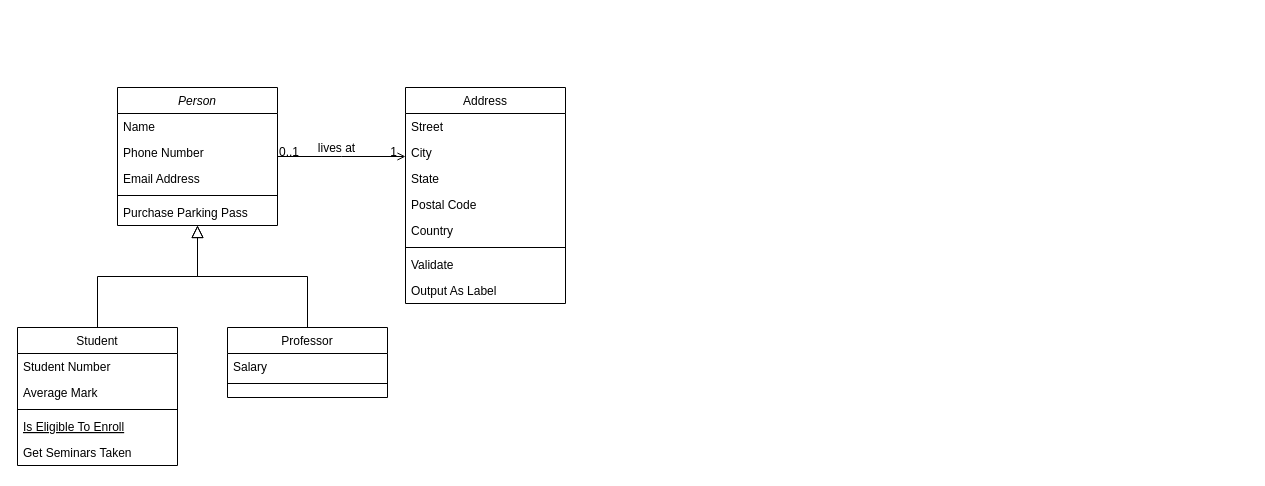
Before: Diagrammes/Diagramme classe Maxence.drawio in Igniiis/projet_splendor, a draw.io diagram. Source tidied: cells renumbered, new cells numbered last; positions are measured from the earlier drawing's top-left corner, leaving out a move shared by most shapes. Both pictures are drawn from the tidied source at 100%, with x=0, y=0 at pixel (17, 87).
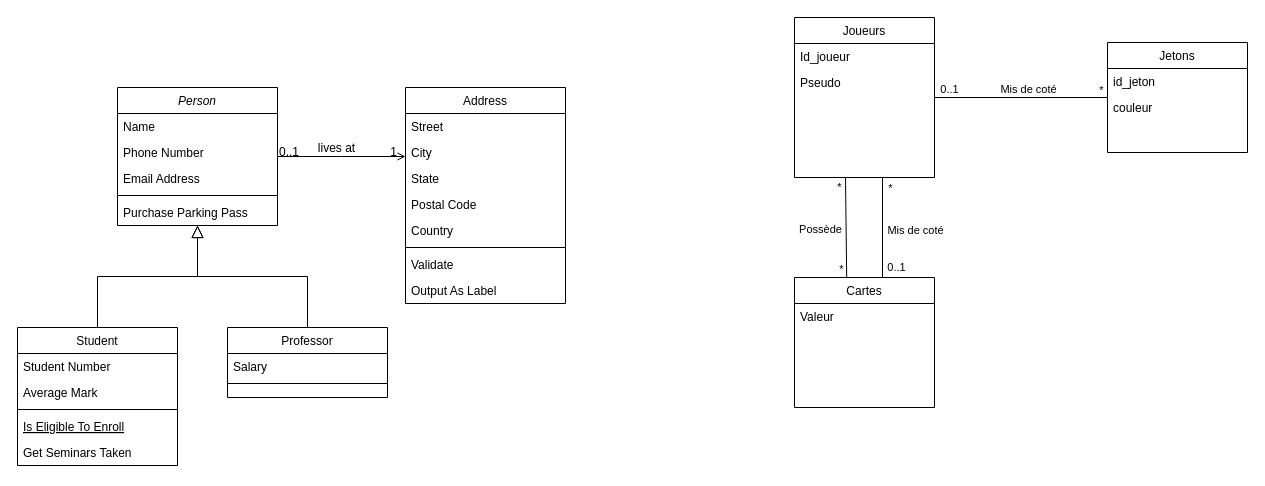
The same page after the edit.

Commit message (it also covers changes not shown here):
Mettre à jour Diagramme classe Maxence.drawio

Change to the diagram source:
```diff
@@
+    <mxCell id="32" value="Joueurs" style="swimlane;fontStyle=0;align=center;verticalAlign=top;horizontal=1;startSize=26;rounded=0;shadow=0;strokeWidth=1;" parent="1" vertex="1">
+      <mxGeometry x="777" y="-70" width="140" height="160" as="geometry" />
+    </mxCell>
+    <mxCell id="33" value="Id_joueur" style="text;align=left;verticalAlign=top;spacingLeft=4;spacingRight=4;overflow=hidden;" parent="32" vertex="1">
+      <mxGeometry y="26" width="140" height="26" as="geometry" />
+    </mxCell>
+    <mxCell id="34" value="Pseudo" style="text;align=left;verticalAlign=top;spacingLeft=4;spacingRight=4;overflow=hidden;" parent="32" vertex="1">
+      <mxGeometry y="52" width="140" height="26" as="geometry" />
+    </mxCell>
+    <mxCell id="35" value="Cartes" style="swimlane;fontStyle=0;align=center;verticalAlign=top;horizontal=1;startSize=26;rounded=0;shadow=0;strokeWidth=1;" parent="1" vertex="1">
+      <mxGeometry x="777" y="190" width="140" height="130" as="geometry" />
+    </mxCell>
+    <mxCell id="36" value="Valeur" style="text;align=left;verticalAlign=top;spacingLeft=4;spacingRight=4;overflow=hidden;" parent="35" vertex="1">
+      <mxGeometry y="26" width="140" height="26" as="geometry" />
+    </mxCell>
+    <mxCell id="37" style="endArrow=none;html=1;rounded=0;" parent="1" edge="1">
+      <mxGeometry relative="1" as="geometry">
+        <mxPoint x="829.2" y="190" as="sourcePoint" />
+        <mxPoint x="828" y="90" as="targetPoint" />
+      </mxGeometry>
+    </mxCell>
+    <mxCell id="38" value="Possède" style="edgeLabel;html=1;align=center;verticalAlign=middle;" parent="37" vertex="1">
+      <mxGeometry x="0.11" y="2" relative="1" as="geometry">
+        <mxPoint x="-24" y="7" as="offset" />
+      </mxGeometry>
+    </mxCell>
+    <mxCell id="39" value="*" style="edgeLabel;html=1;align=center;verticalAlign=middle;" parent="37" vertex="1">
+      <mxGeometry x="0.89" y="1" relative="1" as="geometry">
+        <mxPoint x="-6" y="4" as="offset" />
+      </mxGeometry>
+    </mxCell>
+    <mxCell id="40" value="*" style="edgeLabel;html=1;align=center;verticalAlign=middle;" parent="37" vertex="1">
+      <mxGeometry x="-0.81" y="-3" relative="1" as="geometry">
+        <mxPoint x="-9" y="2" as="offset" />
+      </mxGeometry>
+    </mxCell>
+    <mxCell id="41" style="endArrow=none;html=1;rounded=0;" parent="1" edge="1">
+      <mxGeometry relative="1" as="geometry">
+        <mxPoint x="865" y="190" as="sourcePoint" />
+        <mxPoint x="865" y="90" as="targetPoint" />
+      </mxGeometry>
+    </mxCell>
+    <mxCell id="42" value="Mis de coté" style="edgeLabel;html=1;align=center;verticalAlign=middle;" parent="41" vertex="1">
+      <mxGeometry x="0.11" y="2" relative="1" as="geometry">
+        <mxPoint x="34" y="8" as="offset" />
+      </mxGeometry>
+    </mxCell>
+    <mxCell id="43" value="0..1" style="edgeLabel;html=1;align=center;verticalAlign=middle;" parent="41" vertex="1">
+      <mxGeometry x="0.75" relative="1" as="geometry">
+        <mxPoint x="13" y="77" as="offset" />
+      </mxGeometry>
+    </mxCell>
+    <mxCell id="44" value="*" style="edgeLabel;html=1;align=center;verticalAlign=middle;" parent="41" vertex="1">
+      <mxGeometry x="0.78" relative="1" as="geometry">
+        <mxPoint x="7" y="-1" as="offset" />
+      </mxGeometry>
+    </mxCell>
+    <mxCell id="45" value="Jetons" style="swimlane;fontStyle=0;align=center;verticalAlign=top;horizontal=1;startSize=26;rounded=0;shadow=0;strokeWidth=1;" parent="1" vertex="1">
+      <mxGeometry x="1090" y="-45" width="140" height="110" as="geometry" />
+    </mxCell>
+    <mxCell id="46" value="id_jeton" style="text;align=left;verticalAlign=top;spacingLeft=4;spacingRight=4;overflow=hidden;" parent="45" vertex="1">
+      <mxGeometry y="26" width="140" height="26" as="geometry" />
+    </mxCell>
+    <mxCell id="47" value="couleur" style="text;align=left;verticalAlign=top;spacingLeft=4;spacingRight=4;overflow=hidden;rounded=0;shadow=0;html=0;" parent="45" vertex="1">
+      <mxGeometry y="52" width="140" height="26" as="geometry" />
+    </mxCell>
+    <mxCell id="48" style="endArrow=none;html=1;rounded=0;" parent="1" edge="1" source="32" target="45">
+      <mxGeometry relative="1" as="geometry" />
+    </mxCell>
+    <mxCell id="49" value="Mis de coté" style="edgeLabel;html=1;align=center;verticalAlign=middle;" parent="48" vertex="1">
+      <mxGeometry x="0.11" y="2" relative="1" as="geometry">
+        <mxPoint x="-3" y="-7" as="offset" />
+      </mxGeometry>
+    </mxCell>
+    <mxCell id="50" value="0..1" style="edgeLabel;html=1;align=center;verticalAlign=middle;" parent="48" vertex="1">
+      <mxGeometry x="0.75" relative="1" as="geometry">
+        <mxPoint x="-137" y="-9" as="offset" />
+      </mxGeometry>
+    </mxCell>
+    <mxCell id="51" value="*" style="edgeLabel;html=1;align=center;verticalAlign=middle;" parent="48" vertex="1">
+      <mxGeometry x="0.78" relative="1" as="geometry">
+        <mxPoint x="12" y="-8" as="offset" />
+      </mxGeometry>
+    </mxCell>
```
